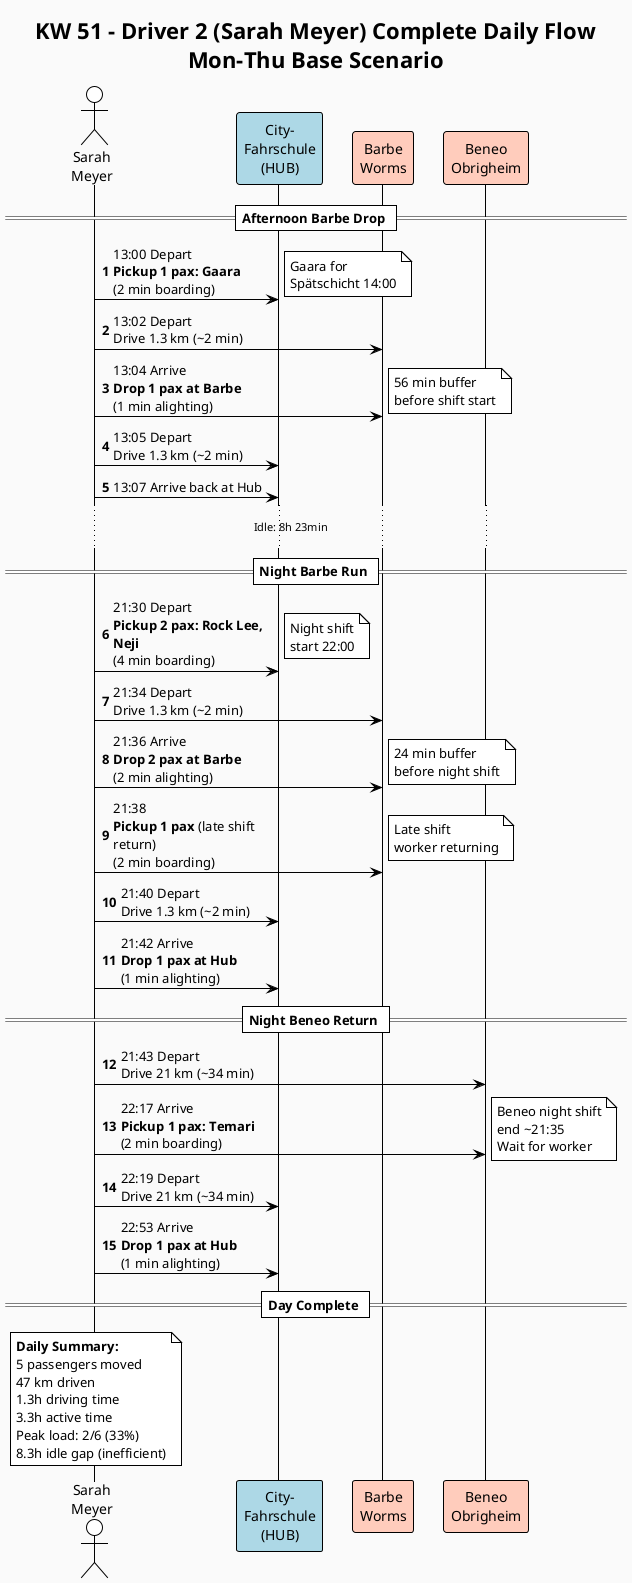
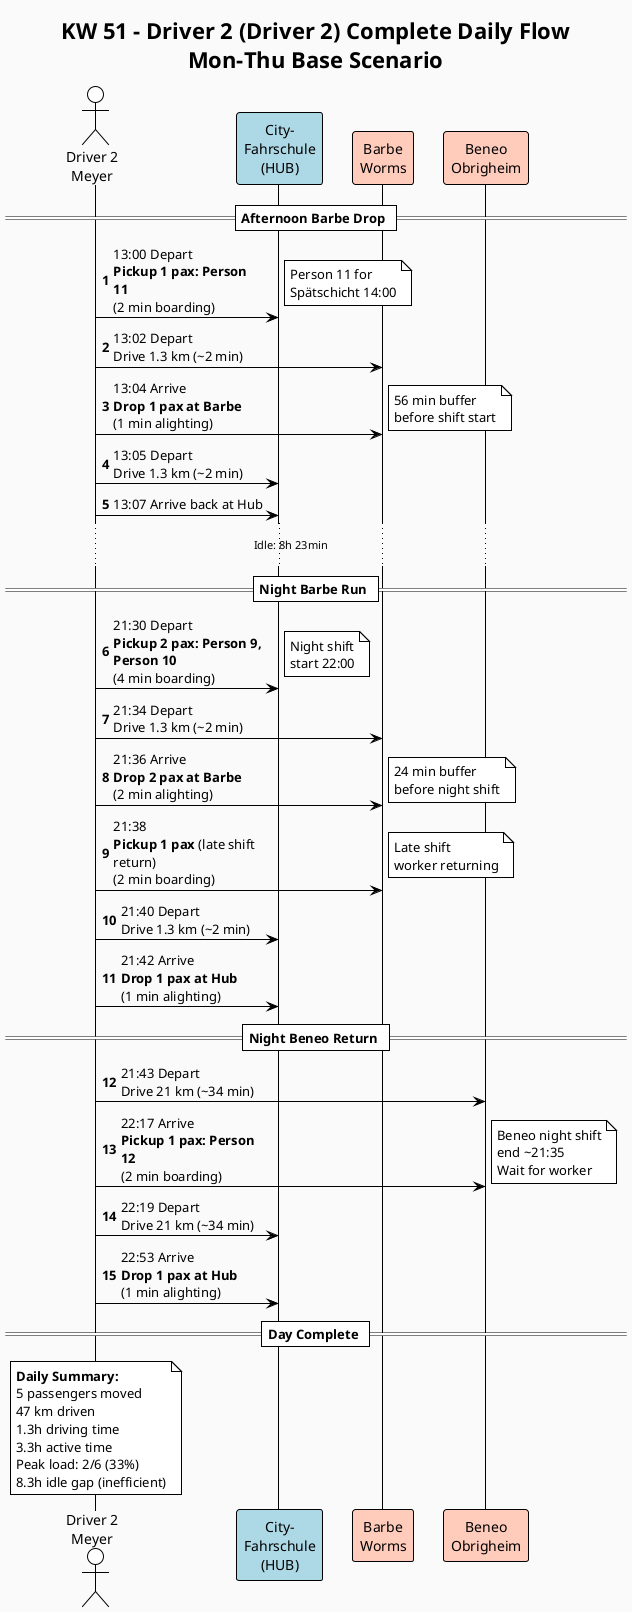
@startuml KW51_Driver2_Sequence
!theme plain
skinparam backgroundColor #FAFAFA
skinparam defaultFontName Helvetica
skinparam maxMessageSize 150

- title KW 51 - Driver 2 (Sarah Meyer) Complete Daily Flow\nMon-Thu Base Scenario
+ title KW 51 - Driver 2 (Driver 2) Complete Daily Flow\nMon-Thu Base Scenario

autonumber

- actor "Sarah\nMeyer" as S
+ actor "Driver 2\nMeyer" as S
participant "City-\nFahrschule\n(HUB)" as HUB #LightBlue
participant "Barbe\nWorms" as BARBE #FFCCBC
participant "Beneo\nObrigheim" as BENEO #FFCCBC

== Afternoon Barbe Drop ==

- S -> HUB : 13:00 Depart\n**Pickup 1 pax: Gaara**\n(2 min boarding)
- note right: Gaara for\nSpätschicht 14:00
+ S -> HUB : 13:00 Depart\n**Pickup 1 pax: Person 11**\n(2 min boarding)
+ note right: Person 11 for\nSpätschicht 14:00

S -> BARBE : 13:02 Depart\nDrive 1.3 km (~2 min)
S -> BARBE : 13:04 Arrive\n**Drop 1 pax at Barbe**\n(1 min alighting)
note right: 56 min buffer\nbefore shift start

S -> HUB : 13:05 Depart\nDrive 1.3 km (~2 min)
S -> HUB : 13:07 Arrive back at Hub

... Idle: 8h 23min ...

== Night Barbe Run ==

- S -> HUB : 21:30 Depart\n**Pickup 2 pax: Rock Lee, Neji**\n(4 min boarding)
+ S -> HUB : 21:30 Depart\n**Pickup 2 pax: Person 9, Person 10**\n(4 min boarding)
note right: Night shift\nstart 22:00

S -> BARBE : 21:34 Depart\nDrive 1.3 km (~2 min)
S -> BARBE : 21:36 Arrive\n**Drop 2 pax at Barbe**\n(2 min alighting)
note right: 24 min buffer\nbefore night shift

S -> BARBE : 21:38\n**Pickup 1 pax** (late shift return)\n(2 min boarding)
note right: Late shift\nworker returning

S -> HUB : 21:40 Depart\nDrive 1.3 km (~2 min)
S -> HUB : 21:42 Arrive\n**Drop 1 pax at Hub**\n(1 min alighting)

== Night Beneo Return ==

S -> BENEO : 21:43 Depart\nDrive 21 km (~34 min)
- S -> BENEO : 22:17 Arrive\n**Pickup 1 pax: Temari**\n(2 min boarding)
+ S -> BENEO : 22:17 Arrive\n**Pickup 1 pax: Person 12**\n(2 min boarding)
note right: Beneo night shift\nend ~21:35\nWait for worker

S -> HUB : 22:19 Depart\nDrive 21 km (~34 min)
S -> HUB : 22:53 Arrive\n**Drop 1 pax at Hub**\n(1 min alighting)

== Day Complete ==

note over S : **Daily Summary:**\n5 passengers moved\n47 km driven\n1.3h driving time\n3.3h active time\nPeak load: 2/6 (33%)\n8.3h idle gap (inefficient)

@enduml
